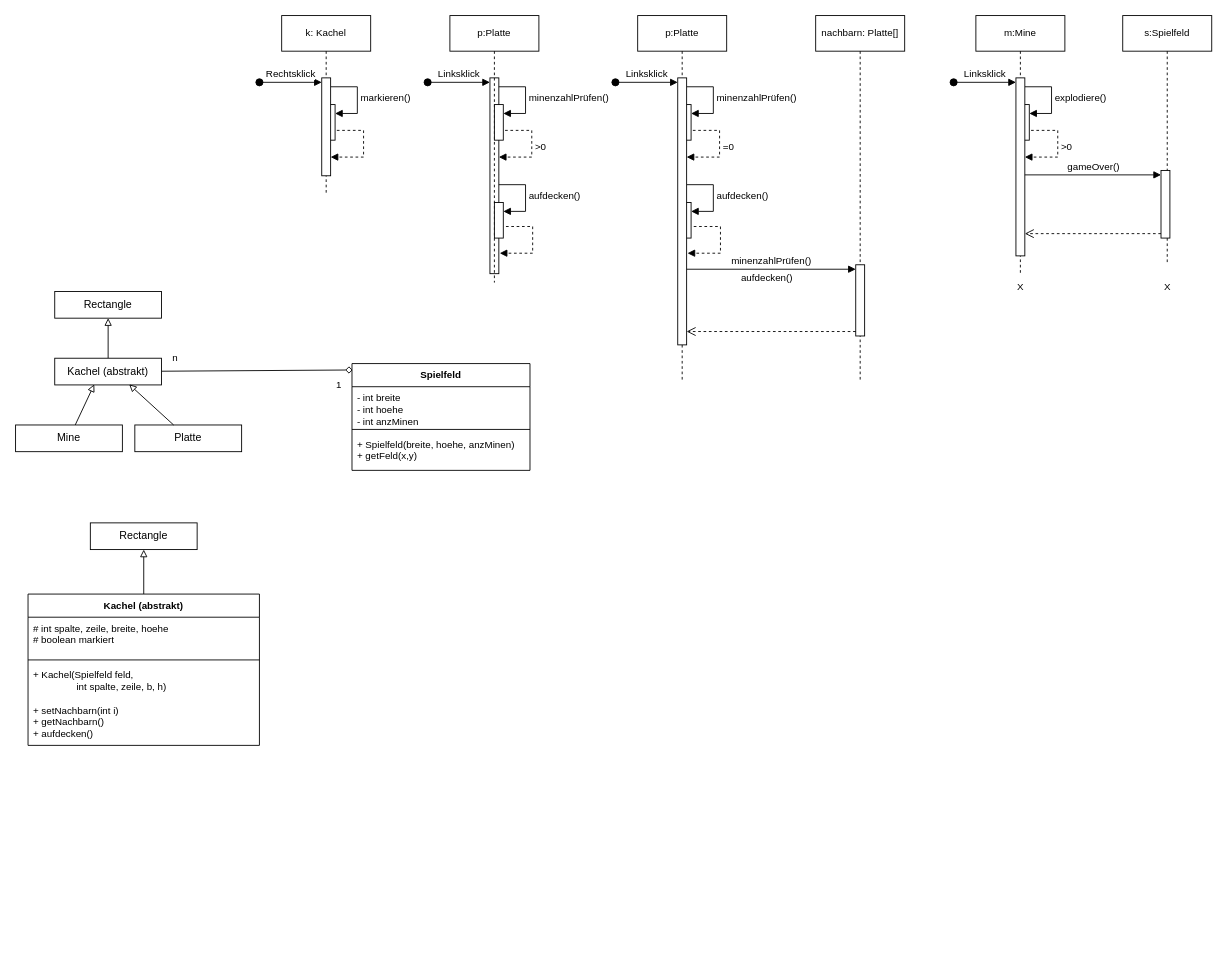
Above: 00Informatik/OIDE_Minesweeper/Klassendiagramme.drawio in Hi2272/Hi2272.github.io (draw.io), before the change. Source tidied: cells renumbered, new cells numbered last; positions are measured from the earlier drawing's top-left corner, leaving out a move shared by most shapes. Both pictures are drawn from the tidied source at 89%, with x=0, y=0 at pixel (15, 15).
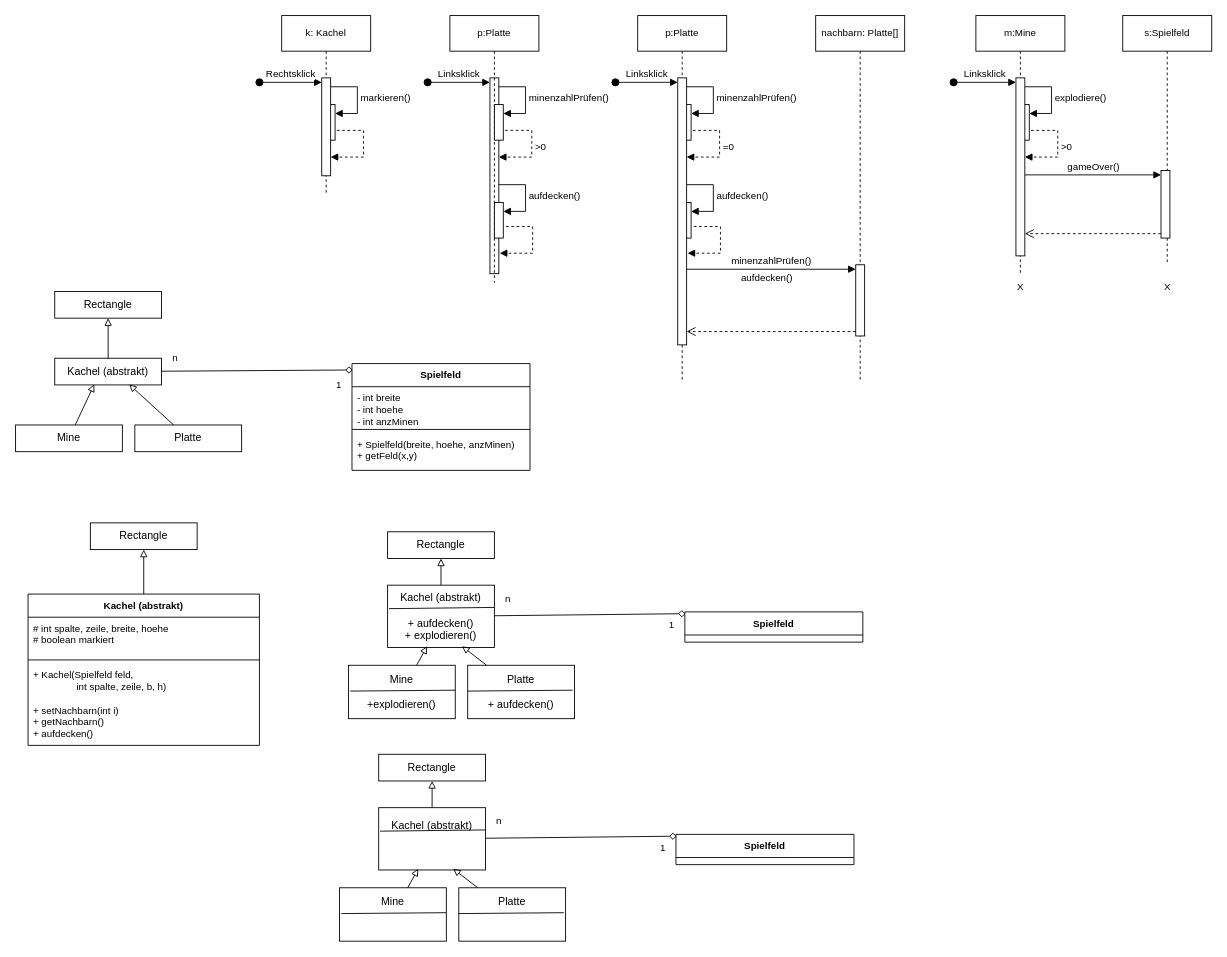
Above is the later version.

What changed in the source:
```diff
@@
+    <mxCell id="63" style="edgeStyle=none;shape=connector;rounded=0;jettySize=auto;html=1;entryX=0.004;entryY=0.06;entryDx=0;entryDy=0;strokeColor=default;align=center;verticalAlign=middle;fontFamily=Helvetica;fontSize=11;fontColor=default;labelBackgroundColor=default;endArrow=diamond;endFill=0;entryPerimeter=0;" parent="1" edge="1" source="65" target="69">
+      <mxGeometry relative="1" as="geometry" />
+    </mxCell>
+    <mxCell id="64" style="edgeStyle=none;shape=connector;rounded=0;jettySize=auto;html=1;strokeColor=default;align=center;verticalAlign=middle;fontFamily=Helvetica;fontSize=11;fontColor=default;labelBackgroundColor=default;endArrow=block;endFill=0;" parent="1" edge="1" source="65" target="68">
+      <mxGeometry relative="1" as="geometry" />
+    </mxCell>
+    <mxCell id="65" value="Kachel (abstrakt)&lt;div&gt;&lt;br&gt;&lt;div&gt;+ aufdecken()&lt;/div&gt;&lt;div&gt;+ explodieren()&lt;/div&gt;&lt;/div&gt;" style="rounded=0;whiteSpace=wrap;html=1;" parent="1" vertex="1">
+      <mxGeometry x="418" y="640" width="120" height="70" as="geometry" />
+    </mxCell>
+    <mxCell id="66" value="n" style="text;html=1;align=center;verticalAlign=middle;strokeColor=none;fillColor=none;fontFamily=Helvetica;fontSize=11;fontColor=default;labelBackgroundColor=default;" parent="1" vertex="1">
+      <mxGeometry x="538" y="640" width="30" height="30" as="geometry" />
+    </mxCell>
+    <mxCell id="67" value="1" style="text;html=1;align=center;verticalAlign=middle;strokeColor=none;fillColor=none;fontFamily=Helvetica;fontSize=11;fontColor=default;labelBackgroundColor=default;" parent="1" vertex="1">
+      <mxGeometry x="722" y="670" width="30" height="30" as="geometry" />
+    </mxCell>
+    <mxCell id="68" value="Rectangle" style="rounded=0;whiteSpace=wrap;html=1;" parent="1" vertex="1">
+      <mxGeometry x="418" y="580" width="120" height="30" as="geometry" />
+    </mxCell>
+    <mxCell id="69" value="Spielfeld" style="swimlane;fontStyle=1;align=center;verticalAlign=top;horizontal=1;startSize=26;whiteSpace=wrap;html=1;fontFamily=Helvetica;fontSize=11;fontColor=default;labelBackgroundColor=default;" parent="1" vertex="1">
+      <mxGeometry x="752" y="670" width="200" height="34" as="geometry" />
+    </mxCell>
+    <mxCell id="70" value="Platte&lt;div&gt;&lt;br&gt;&lt;/div&gt;&lt;div&gt;+ aufdecken()&lt;/div&gt;" style="rounded=0;whiteSpace=wrap;html=1;" parent="1" vertex="1">
+      <mxGeometry x="508" y="730" width="120" height="60" as="geometry" />
+    </mxCell>
+    <mxCell id="71" value="Mine&lt;div&gt;&lt;br&gt;&lt;div&gt;+explodieren()&lt;/div&gt;&lt;/div&gt;" style="rounded=0;whiteSpace=wrap;html=1;" parent="1" vertex="1">
+      <mxGeometry x="374" y="730" width="120" height="60" as="geometry" />
+    </mxCell>
+    <mxCell id="72" style="edgeStyle=none;rounded=0;jettySize=auto;html=1;entryX=0.37;entryY=0.98;entryDx=0;entryDy=0;entryPerimeter=0;strokeColor=default;align=center;verticalAlign=middle;fontFamily=Helvetica;fontSize=11;fontColor=default;labelBackgroundColor=default;endArrow=block;endFill=0;" parent="1" edge="1" source="71" target="65">
+      <mxGeometry relative="1" as="geometry" />
+    </mxCell>
+    <mxCell id="73" style="edgeStyle=none;shape=connector;rounded=0;jettySize=auto;html=1;entryX=0.697;entryY=0.98;entryDx=0;entryDy=0;entryPerimeter=0;strokeColor=default;align=center;verticalAlign=middle;fontFamily=Helvetica;fontSize=11;fontColor=default;labelBackgroundColor=default;endArrow=block;endFill=0;" parent="1" edge="1" source="70" target="65">
+      <mxGeometry relative="1" as="geometry" />
+    </mxCell>
+    <mxCell id="74" style="endArrow=none;html=1;rounded=0;entryX=1;entryY=0.5;entryDx=0;entryDy=0;exitX=0.013;exitY=0.377;exitDx=0;exitDy=0;exitPerimeter=0;" parent="1" edge="1" source="65">
+      <mxGeometry relative="1" as="geometry">
+        <mxPoint x="538" y="665" as="targetPoint" />
+      </mxGeometry>
+    </mxCell>
+    <mxCell id="75" style="endArrow=none;html=1;rounded=0;entryX=1;entryY=0.5;entryDx=0;entryDy=0;exitX=0.013;exitY=0.377;exitDx=0;exitDy=0;exitPerimeter=0;" parent="1" edge="1">
+      <mxGeometry relative="1" as="geometry">
+        <mxPoint x="376" y="759" as="sourcePoint" />
+        <mxPoint x="494" y="758" as="targetPoint" />
+      </mxGeometry>
+    </mxCell>
+    <mxCell id="76" style="endArrow=none;html=1;rounded=0;entryX=1;entryY=0.5;entryDx=0;entryDy=0;exitX=0.013;exitY=0.377;exitDx=0;exitDy=0;exitPerimeter=0;" parent="1" edge="1">
+      <mxGeometry relative="1" as="geometry">
+        <mxPoint x="508" y="759" as="sourcePoint" />
+        <mxPoint x="626" y="758" as="targetPoint" />
+      </mxGeometry>
+    </mxCell>
+    <mxCell id="77" style="edgeStyle=none;shape=connector;rounded=0;jettySize=auto;html=1;entryX=0.004;entryY=0.06;entryDx=0;entryDy=0;strokeColor=default;align=center;verticalAlign=middle;fontFamily=Helvetica;fontSize=11;fontColor=default;labelBackgroundColor=default;endArrow=diamond;endFill=0;entryPerimeter=0;" parent="1" edge="1" source="79" target="83">
+      <mxGeometry relative="1" as="geometry" />
+    </mxCell>
+    <mxCell id="78" style="edgeStyle=none;shape=connector;rounded=0;jettySize=auto;html=1;strokeColor=default;align=center;verticalAlign=middle;fontFamily=Helvetica;fontSize=11;fontColor=default;labelBackgroundColor=default;endArrow=block;endFill=0;" parent="1" edge="1" source="79" target="82">
+      <mxGeometry relative="1" as="geometry" />
+    </mxCell>
+    <mxCell id="79" value="Kachel (abstrakt)&lt;div&gt;&lt;br&gt;&lt;div&gt;&lt;br&gt;&lt;/div&gt;&lt;/div&gt;" style="rounded=0;whiteSpace=wrap;html=1;" parent="1" vertex="1">
+      <mxGeometry x="408" y="890" width="120" height="70" as="geometry" />
+    </mxCell>
+    <mxCell id="80" value="n" style="text;html=1;align=center;verticalAlign=middle;strokeColor=none;fillColor=none;fontFamily=Helvetica;fontSize=11;fontColor=default;labelBackgroundColor=default;" parent="1" vertex="1">
+      <mxGeometry x="528" y="890" width="30" height="30" as="geometry" />
+    </mxCell>
+    <mxCell id="81" value="1" style="text;html=1;align=center;verticalAlign=middle;strokeColor=none;fillColor=none;fontFamily=Helvetica;fontSize=11;fontColor=default;labelBackgroundColor=default;" parent="1" vertex="1">
+      <mxGeometry x="712" y="920" width="30" height="30" as="geometry" />
+    </mxCell>
+    <mxCell id="82" value="Rectangle" style="rounded=0;whiteSpace=wrap;html=1;" parent="1" vertex="1">
+      <mxGeometry x="408" y="830" width="120" height="30" as="geometry" />
+    </mxCell>
+    <mxCell id="83" value="Spielfeld" style="swimlane;fontStyle=1;align=center;verticalAlign=top;horizontal=1;startSize=26;whiteSpace=wrap;html=1;fontFamily=Helvetica;fontSize=11;fontColor=default;labelBackgroundColor=default;" parent="1" vertex="1">
+      <mxGeometry x="742" y="920" width="200" height="34" as="geometry" />
+    </mxCell>
+    <mxCell id="84" value="Platte&lt;div&gt;&lt;br&gt;&lt;/div&gt;&lt;div&gt;&lt;br&gt;&lt;/div&gt;" style="rounded=0;whiteSpace=wrap;html=1;" parent="1" vertex="1">
+      <mxGeometry x="498" y="980" width="120" height="60" as="geometry" />
+    </mxCell>
+    <mxCell id="85" value="Mine&lt;div&gt;&lt;br&gt;&lt;div&gt;&lt;span style=&quot;white-space: pre;&quot;&gt;&#9;&lt;/span&gt;&lt;span style=&quot;white-space: pre;&quot;&gt;&#9;&lt;/span&gt;&lt;br&gt;&lt;/div&gt;&lt;/div&gt;" style="rounded=0;whiteSpace=wrap;html=1;" parent="1" vertex="1">
+      <mxGeometry x="364" y="980" width="120" height="60" as="geometry" />
+    </mxCell>
+    <mxCell id="86" style="edgeStyle=none;rounded=0;jettySize=auto;html=1;entryX=0.37;entryY=0.98;entryDx=0;entryDy=0;entryPerimeter=0;strokeColor=default;align=center;verticalAlign=middle;fontFamily=Helvetica;fontSize=11;fontColor=default;labelBackgroundColor=default;endArrow=block;endFill=0;" parent="1" edge="1" source="85" target="79">
+      <mxGeometry relative="1" as="geometry" />
+    </mxCell>
+    <mxCell id="87" style="edgeStyle=none;shape=connector;rounded=0;jettySize=auto;html=1;entryX=0.697;entryY=0.98;entryDx=0;entryDy=0;entryPerimeter=0;strokeColor=default;align=center;verticalAlign=middle;fontFamily=Helvetica;fontSize=11;fontColor=default;labelBackgroundColor=default;endArrow=block;endFill=0;" parent="1" edge="1" source="84" target="79">
+      <mxGeometry relative="1" as="geometry" />
+    </mxCell>
+    <mxCell id="88" style="endArrow=none;html=1;rounded=0;entryX=1;entryY=0.5;entryDx=0;entryDy=0;exitX=0.013;exitY=0.377;exitDx=0;exitDy=0;exitPerimeter=0;" parent="1" edge="1" source="79">
+      <mxGeometry relative="1" as="geometry">
+        <mxPoint x="528" y="915" as="targetPoint" />
+      </mxGeometry>
+    </mxCell>
+    <mxCell id="89" style="endArrow=none;html=1;rounded=0;entryX=1;entryY=0.5;entryDx=0;entryDy=0;exitX=0.013;exitY=0.377;exitDx=0;exitDy=0;exitPerimeter=0;" parent="1" edge="1">
+      <mxGeometry relative="1" as="geometry">
+        <mxPoint x="366" y="1009" as="sourcePoint" />
+        <mxPoint x="484" y="1008" as="targetPoint" />
+      </mxGeometry>
+    </mxCell>
+    <mxCell id="90" style="endArrow=none;html=1;rounded=0;entryX=1;entryY=0.5;entryDx=0;entryDy=0;exitX=0.013;exitY=0.377;exitDx=0;exitDy=0;exitPerimeter=0;" parent="1" edge="1">
+      <mxGeometry relative="1" as="geometry">
+        <mxPoint x="498" y="1009" as="sourcePoint" />
+        <mxPoint x="616" y="1008" as="targetPoint" />
+      </mxGeometry>
+    </mxCell>
```
